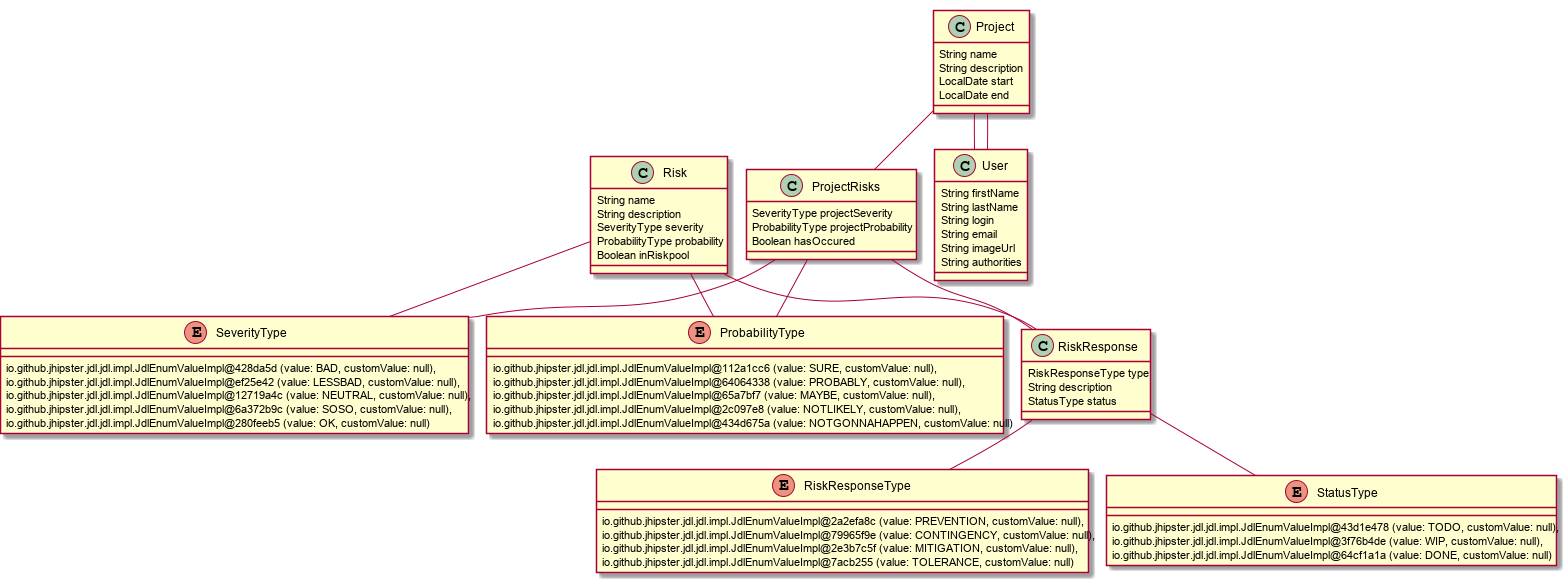
Earlier version of the PlantUML export norisknofun.png (Risk-Busters/NoRiskNoFun). The source it was exported from:
```plantuml
@startuml
	!pragma graphviz_dot jdot
	!pragma syntax class
	class Risk  {
		String name
		String description
		SeverityType severity
		ProbabilityType probability
		Boolean inRiskpool
	}
	Risk ..> SeverityType
	Risk ..> ProbabilityType
	class RiskResponse  {
		RiskResponseType type
		String description
		StatusType status
	}
	RiskResponse ..> RiskResponseType
	RiskResponse ..> StatusType
	class Project  {
		String name
		String description
		LocalDate start
		LocalDate end
	}
	class ProjectRisks  {
		SeverityType projectSeverity
		ProbabilityType projectProbability
		Boolean hasOccured
	}
	ProjectRisks ..> SeverityType
	ProjectRisks ..> ProbabilityType
	enum StatusType {
		io.github.jhipster.jdl.jdl.impl.JdlEnumValueImpl@43d1e478 (value: TODO, customValue: null),
		io.github.jhipster.jdl.jdl.impl.JdlEnumValueImpl@3f76b4de (value: WIP, customValue: null),
		io.github.jhipster.jdl.jdl.impl.JdlEnumValueImpl@64cf1a1a (value: DONE, customValue: null)
	}
	enum SeverityType {
		io.github.jhipster.jdl.jdl.impl.JdlEnumValueImpl@428da5d (value: BAD, customValue: null),
		io.github.jhipster.jdl.jdl.impl.JdlEnumValueImpl@ef25e42 (value: LESSBAD, customValue: null),
		io.github.jhipster.jdl.jdl.impl.JdlEnumValueImpl@12719a4c (value: NEUTRAL, customValue: null),
		io.github.jhipster.jdl.jdl.impl.JdlEnumValueImpl@6a372b9c (value: SOSO, customValue: null),
		io.github.jhipster.jdl.jdl.impl.JdlEnumValueImpl@280feeb5 (value: OK, customValue: null)
	}
	enum RiskResponseType {
		io.github.jhipster.jdl.jdl.impl.JdlEnumValueImpl@2a2efa8c (value: PREVENTION, customValue: null),
		io.github.jhipster.jdl.jdl.impl.JdlEnumValueImpl@79965f9e (value: CONTINGENCY, customValue: null),
		io.github.jhipster.jdl.jdl.impl.JdlEnumValueImpl@2e3b7c5f (value: MITIGATION, customValue: null),
		io.github.jhipster.jdl.jdl.impl.JdlEnumValueImpl@7acb255 (value: TOLERANCE, customValue: null)
	}
	enum ProbabilityType {
		io.github.jhipster.jdl.jdl.impl.JdlEnumValueImpl@112a1cc6 (value: SURE, customValue: null),
		io.github.jhipster.jdl.jdl.impl.JdlEnumValueImpl@64064338 (value: PROBABLY, customValue: null),
		io.github.jhipster.jdl.jdl.impl.JdlEnumValueImpl@65a7bf7 (value: MAYBE, customValue: null),
		io.github.jhipster.jdl.jdl.impl.JdlEnumValueImpl@2c097e8 (value: NOTLIKELY, customValue: null),
		io.github.jhipster.jdl.jdl.impl.JdlEnumValueImpl@434d675a (value: NOTGONNAHAPPEN, customValue: null)
	}
	Project  "owner 0..1 " -- "0..1 "  User
	Project  "0..* " o-- "0..1 "  User
	Risk  "0..1 " --o "0..* "  RiskResponse
	ProjectRisks  "0..1 " --o "0..* "  RiskResponse
	Project  "0..1 " --o "0..* "  ProjectRisks
	class User  {
		String firstName
		String lastName
		String login
		String email
		String imageUrl
		String authorities
	}
@enduml
```
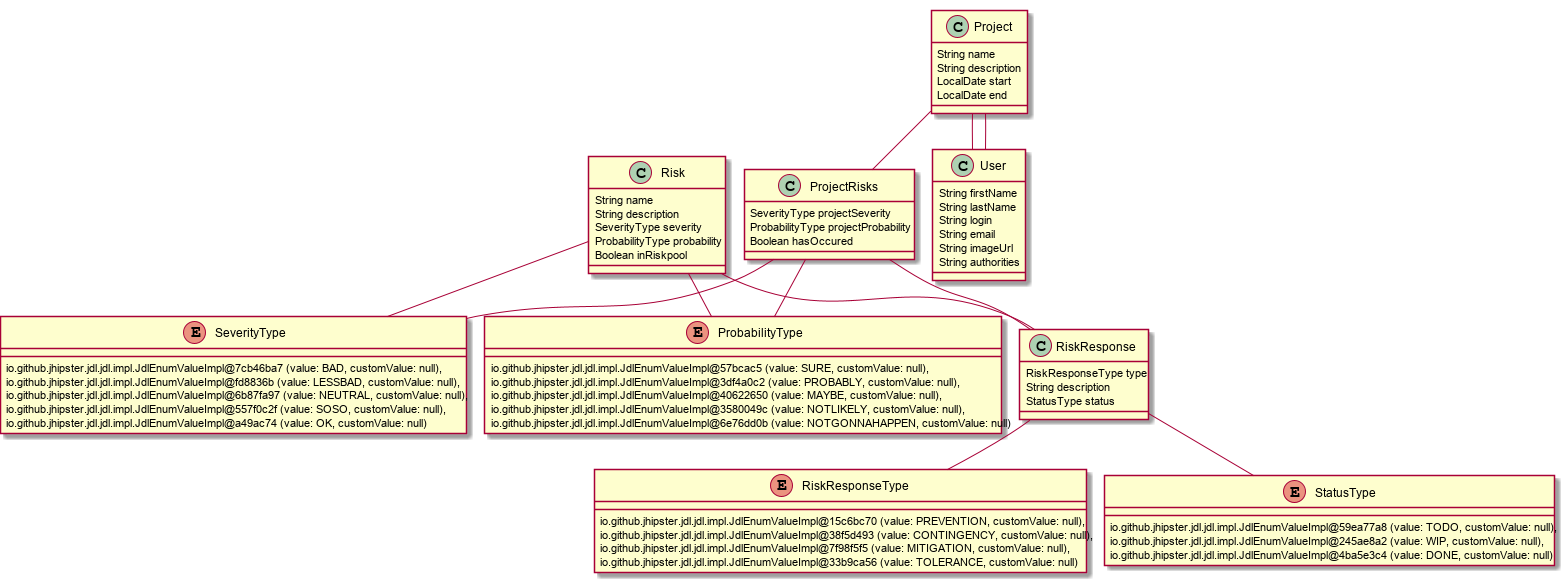
The same diagram one commit later.

Change to the diagram source:
```diff
@@ -31,29 +31,29 @@
 	ProjectRisks ..> SeverityType
 	ProjectRisks ..> ProbabilityType
 	enum StatusType {
-		io.github.jhipster.jdl.jdl.impl.JdlEnumValueImpl@43d1e478 (value: TODO, customValue: null),
-		io.github.jhipster.jdl.jdl.impl.JdlEnumValueImpl@3f76b4de (value: WIP, customValue: null),
-		io.github.jhipster.jdl.jdl.impl.JdlEnumValueImpl@64cf1a1a (value: DONE, customValue: null)
+		io.github.jhipster.jdl.jdl.impl.JdlEnumValueImpl@59ea77a8 (value: TODO, customValue: null),
+		io.github.jhipster.jdl.jdl.impl.JdlEnumValueImpl@245ae8a2 (value: WIP, customValue: null),
+		io.github.jhipster.jdl.jdl.impl.JdlEnumValueImpl@4ba5e3c4 (value: DONE, customValue: null)
 	}
 	enum SeverityType {
-		io.github.jhipster.jdl.jdl.impl.JdlEnumValueImpl@428da5d (value: BAD, customValue: null),
-		io.github.jhipster.jdl.jdl.impl.JdlEnumValueImpl@ef25e42 (value: LESSBAD, customValue: null),
-		io.github.jhipster.jdl.jdl.impl.JdlEnumValueImpl@12719a4c (value: NEUTRAL, customValue: null),
-		io.github.jhipster.jdl.jdl.impl.JdlEnumValueImpl@6a372b9c (value: SOSO, customValue: null),
-		io.github.jhipster.jdl.jdl.impl.JdlEnumValueImpl@280feeb5 (value: OK, customValue: null)
+		io.github.jhipster.jdl.jdl.impl.JdlEnumValueImpl@7cb46ba7 (value: BAD, customValue: null),
+		io.github.jhipster.jdl.jdl.impl.JdlEnumValueImpl@fd8836b (value: LESSBAD, customValue: null),
+		io.github.jhipster.jdl.jdl.impl.JdlEnumValueImpl@6b87fa97 (value: NEUTRAL, customValue: null),
+		io.github.jhipster.jdl.jdl.impl.JdlEnumValueImpl@557f0c2f (value: SOSO, customValue: null),
+		io.github.jhipster.jdl.jdl.impl.JdlEnumValueImpl@a49ac74 (value: OK, customValue: null)
 	}
 	enum RiskResponseType {
-		io.github.jhipster.jdl.jdl.impl.JdlEnumValueImpl@2a2efa8c (value: PREVENTION, customValue: null),
-		io.github.jhipster.jdl.jdl.impl.JdlEnumValueImpl@79965f9e (value: CONTINGENCY, customValue: null),
-		io.github.jhipster.jdl.jdl.impl.JdlEnumValueImpl@2e3b7c5f (value: MITIGATION, customValue: null),
-		io.github.jhipster.jdl.jdl.impl.JdlEnumValueImpl@7acb255 (value: TOLERANCE, customValue: null)
+		io.github.jhipster.jdl.jdl.impl.JdlEnumValueImpl@15c6bc70 (value: PREVENTION, customValue: null),
+		io.github.jhipster.jdl.jdl.impl.JdlEnumValueImpl@38f5d493 (value: CONTINGENCY, customValue: null),
+		io.github.jhipster.jdl.jdl.impl.JdlEnumValueImpl@7f98f5f5 (value: MITIGATION, customValue: null),
+		io.github.jhipster.jdl.jdl.impl.JdlEnumValueImpl@33b9ca56 (value: TOLERANCE, customValue: null)
 	}
 	enum ProbabilityType {
-		io.github.jhipster.jdl.jdl.impl.JdlEnumValueImpl@112a1cc6 (value: SURE, customValue: null),
-		io.github.jhipster.jdl.jdl.impl.JdlEnumValueImpl@64064338 (value: PROBABLY, customValue: null),
-		io.github.jhipster.jdl.jdl.impl.JdlEnumValueImpl@65a7bf7 (value: MAYBE, customValue: null),
-		io.github.jhipster.jdl.jdl.impl.JdlEnumValueImpl@2c097e8 (value: NOTLIKELY, customValue: null),
-		io.github.jhipster.jdl.jdl.impl.JdlEnumValueImpl@434d675a (value: NOTGONNAHAPPEN, customValue: null)
+		io.github.jhipster.jdl.jdl.impl.JdlEnumValueImpl@57bcac5 (value: SURE, customValue: null),
+		io.github.jhipster.jdl.jdl.impl.JdlEnumValueImpl@3df4a0c2 (value: PROBABLY, customValue: null),
+		io.github.jhipster.jdl.jdl.impl.JdlEnumValueImpl@40622650 (value: MAYBE, customValue: null),
+		io.github.jhipster.jdl.jdl.impl.JdlEnumValueImpl@3580049c (value: NOTLIKELY, customValue: null),
+		io.github.jhipster.jdl.jdl.impl.JdlEnumValueImpl@6e76dd0b (value: NOTGONNAHAPPEN, customValue: null)
 	}
 	Project  "owner 0..1 " -- "0..1 "  User
 	Project  "0..* " o-- "0..1 "  User
```
